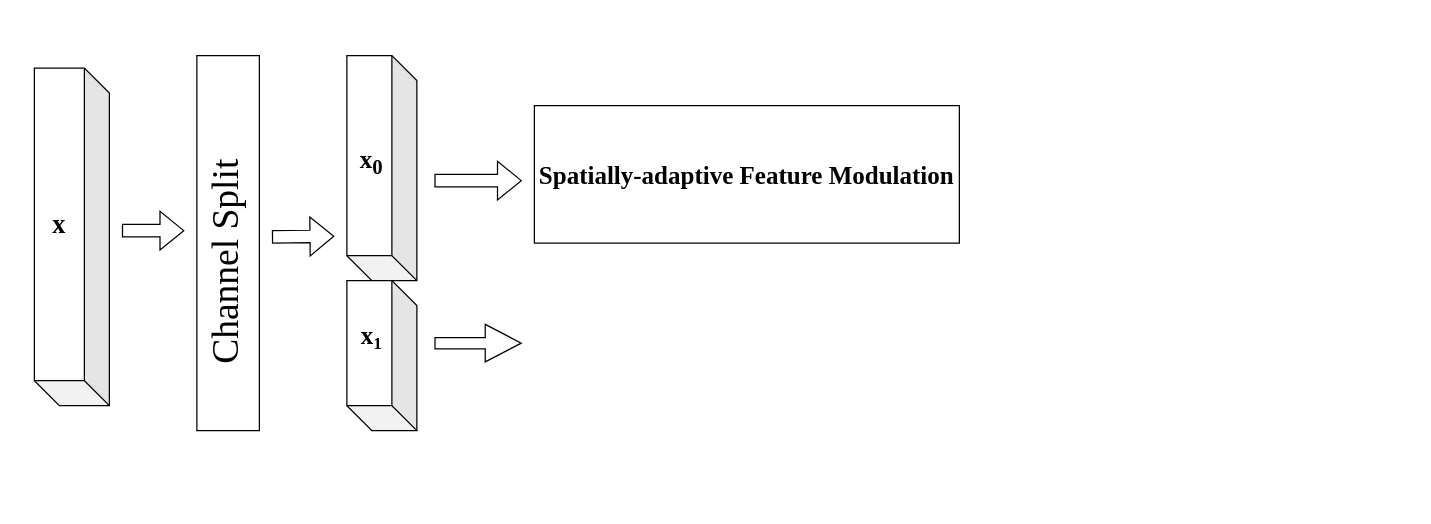
Earlier version of the draw.io diagram 双域特征混合.drawio (gao131/nlp-beginner). Source tidied: cells renumbered, new cells numbered last; positions are measured from the earlier drawing's top-left corner, leaving out a move shared by most shapes. Both pictures are drawn from the tidied source at 125%, with x=0, y=0 at pixel (-16, 55).
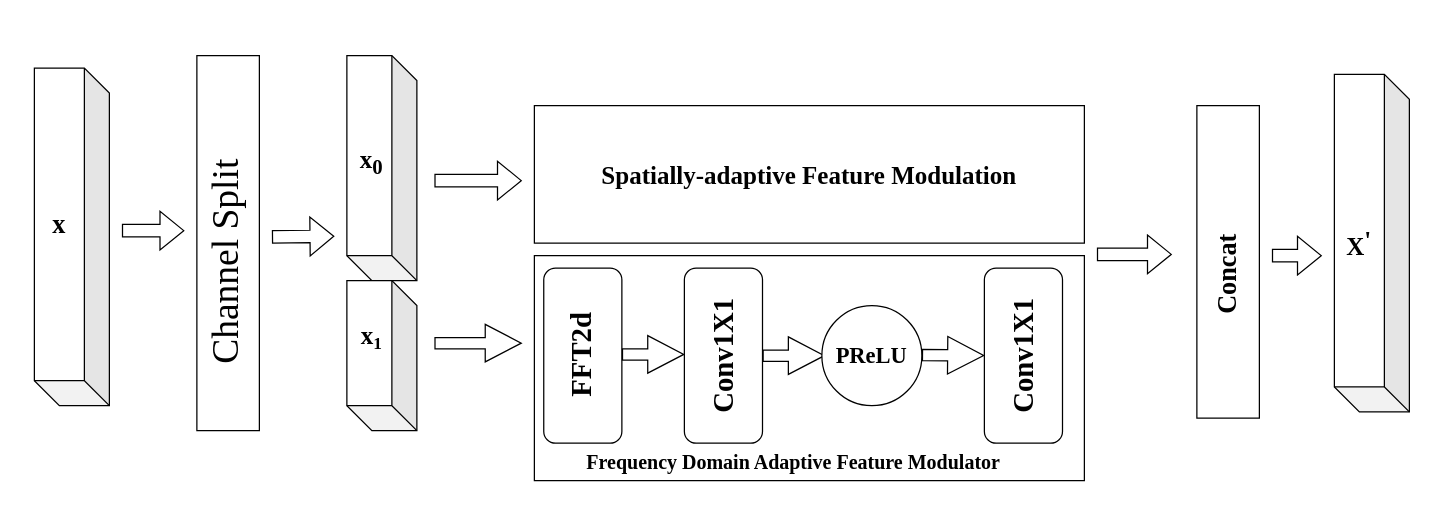
The same diagram, later.

Commit message:
更新双域特征混合.drawio

Change to the diagram source:
```diff
@@
     <mxCell id="14" style="rounded=0;whiteSpace=wrap;html=1;" parent="1" vertex="1">
-      <mxGeometry x="440" y="40" width="340" height="110" as="geometry" />
+      <mxGeometry x="440" y="40" width="440" height="110" as="geometry" />
     </mxCell>
     <mxCell id="15" value="&lt;font style=&quot;font-size: 20px;&quot; face=&quot;Times New Roman&quot;&gt;&lt;b&gt;Spatially-adaptive Feature Modulation&lt;/b&gt;&lt;/font&gt;" style="text;html=1;align=center;verticalAlign=middle;whiteSpace=wrap;rounded=0;" parent="1" vertex="1">
-      <mxGeometry x="440" y="80" width="340" height="30" as="geometry" />
+      <mxGeometry x="490" y="80" width="340" height="30" as="geometry" />
     </mxCell>
+    <mxCell id="16" style="rounded=0;whiteSpace=wrap;html=1;" parent="1" vertex="1">
+      <mxGeometry x="440" y="160" width="440" height="180" as="geometry" />
+    </mxCell>
+    <mxCell id="17" value="&lt;font style=&quot;font-size: 16px;&quot; face=&quot;Times New Roman&quot;&gt;&lt;b style=&quot;&quot;&gt;Frequency Domain Adaptive Feature Modulator&lt;/b&gt;&lt;/font&gt;" style="text;html=1;align=center;verticalAlign=middle;whiteSpace=wrap;rounded=0;" parent="1" vertex="1">
+      <mxGeometry x="470" y="310" width="355" height="30" as="geometry" />
+    </mxCell>
+    <mxCell id="18" style="rounded=1;whiteSpace=wrap;html=1;" parent="1" vertex="1">
+      <mxGeometry x="447.5" y="170" width="62.5" height="140" as="geometry" />
+    </mxCell>
+    <mxCell id="19" value="&lt;font style=&quot;font-size: 23px;&quot; face=&quot;Times New Roman&quot;&gt;&lt;b&gt;FFT2d&lt;/b&gt;&lt;/font&gt;" style="text;html=1;align=center;verticalAlign=middle;whiteSpace=wrap;rounded=0;rotation=-90;" parent="1" vertex="1">
+      <mxGeometry x="447.5" y="225" width="60" height="30" as="geometry" />
+    </mxCell>
+    <mxCell id="20" style="shape=flexArrow;endArrow=classic;html=1;rounded=0;width=9;endSize=9.27;" parent="1" edge="1">
+      <mxGeometry relative="1" as="geometry">
+        <mxPoint x="510" y="239" as="sourcePoint" />
+        <mxPoint x="560" y="239" as="targetPoint" />
+      </mxGeometry>
+    </mxCell>
+    <mxCell id="21" style="rounded=1;whiteSpace=wrap;html=1;" parent="1" vertex="1">
+      <mxGeometry x="560" y="170" width="62.5" height="140" as="geometry" />
+    </mxCell>
+    <mxCell id="22" value="&lt;font style=&quot;font-size: 23px;&quot; face=&quot;Times New Roman&quot;&gt;&lt;b&gt;Conv1X1&lt;/b&gt;&lt;/font&gt;" style="text;html=1;align=center;verticalAlign=middle;whiteSpace=wrap;rounded=0;rotation=-90;" parent="1" vertex="1">
+      <mxGeometry x="536.2" y="225" width="110" height="30" as="geometry" />
+    </mxCell>
+    <mxCell id="23" style="shape=flexArrow;endArrow=classic;html=1;rounded=0;width=9;endSize=9.27;" parent="1" edge="1">
+      <mxGeometry relative="1" as="geometry">
+        <mxPoint x="622.5" y="240" as="sourcePoint" />
+        <mxPoint x="672.5" y="240" as="targetPoint" />
+      </mxGeometry>
+    </mxCell>
+    <mxCell id="24" style="rounded=1;whiteSpace=wrap;html=1;" parent="1" vertex="1">
+      <mxGeometry x="800" y="170" width="62.5" height="140" as="geometry" />
+    </mxCell>
+    <mxCell id="25" style="ellipse;whiteSpace=wrap;html=1;" parent="1" vertex="1">
+      <mxGeometry x="670" y="200" width="80" height="80" as="geometry" />
+    </mxCell>
+    <mxCell id="26" value="&lt;font style=&quot;font-size: 18px;&quot; face=&quot;Times New Roman&quot;&gt;&lt;b&gt;PReLU&lt;/b&gt;&lt;/font&gt;" style="text;html=1;align=center;verticalAlign=middle;whiteSpace=wrap;rounded=0;" parent="1" vertex="1">
+      <mxGeometry x="680" y="225" width="60" height="30" as="geometry" />
+    </mxCell>
+    <mxCell id="27" style="shape=flexArrow;endArrow=classic;html=1;rounded=0;width=9;endSize=9.27;entryX=0.818;entryY=0.444;entryDx=0;entryDy=0;entryPerimeter=0;" parent="1" edge="1" target="16">
+      <mxGeometry relative="1" as="geometry">
+        <mxPoint x="750" y="239.5" as="sourcePoint" />
+      </mxGeometry>
+    </mxCell>
+    <mxCell id="28" value="&lt;font style=&quot;font-size: 23px;&quot; face=&quot;Times New Roman&quot;&gt;&lt;b&gt;Conv1X1&lt;/b&gt;&lt;/font&gt;" style="text;html=1;align=center;verticalAlign=middle;whiteSpace=wrap;rounded=0;rotation=-90;" parent="1" vertex="1">
+      <mxGeometry x="776.2" y="225" width="110" height="30" as="geometry" />
+    </mxCell>
+    <mxCell id="29" style="shape=flexArrow;endArrow=classic;html=1;rounded=0;" parent="1" edge="1">
+      <mxGeometry relative="1" as="geometry">
+        <mxPoint x="890" y="159" as="sourcePoint" />
+        <mxPoint x="950" y="159" as="targetPoint" />
+      </mxGeometry>
+    </mxCell>
+    <mxCell id="30" style="rounded=0;whiteSpace=wrap;html=1;" parent="1" vertex="1">
+      <mxGeometry x="970" y="40" width="50" height="250" as="geometry" />
+    </mxCell>
+    <mxCell id="31" value="&lt;font style=&quot;font-size: 21px;&quot; face=&quot;Times New Roman&quot;&gt;&lt;b style=&quot;&quot;&gt;Concat&lt;/b&gt;&lt;/font&gt;" style="text;html=1;align=center;verticalAlign=middle;whiteSpace=wrap;rounded=0;rotation=-90;" parent="1" vertex="1">
+      <mxGeometry x="955" y="160" width="80" height="30" as="geometry" />
+    </mxCell>
+    <mxCell id="32" style="shape=cube;whiteSpace=wrap;html=1;boundedLbl=1;backgroundOutline=1;darkOpacity=0.05;darkOpacity2=0.1;rotation=-180;" parent="1" vertex="1">
+      <mxGeometry x="1080" y="15" width="60" height="270" as="geometry" />
+    </mxCell>
+    <mxCell id="33" style="shape=flexArrow;endArrow=classic;html=1;rounded=0;" parent="1" edge="1">
+      <mxGeometry relative="1" as="geometry">
+        <mxPoint x="1030" y="160" as="sourcePoint" />
+        <mxPoint x="1070" y="160" as="targetPoint" />
+      </mxGeometry>
+    </mxCell>
+    <mxCell id="34" value="&lt;font style=&quot;&quot; face=&quot;Times New Roman&quot;&gt;&lt;b style=&quot;&quot;&gt;&lt;span style=&quot;font-size: 20px;&quot;&gt;X&lt;/span&gt;&lt;sup style=&quot;&quot;&gt;&lt;font style=&quot;font-size: 20px;&quot;&gt;'&lt;/font&gt;&lt;/sup&gt;&lt;/b&gt;&lt;/font&gt;" style="text;html=1;align=center;verticalAlign=middle;whiteSpace=wrap;rounded=0;" parent="1" vertex="1">
+      <mxGeometry x="1070" y="135" width="60" height="30" as="geometry" />
+    </mxCell>
```
